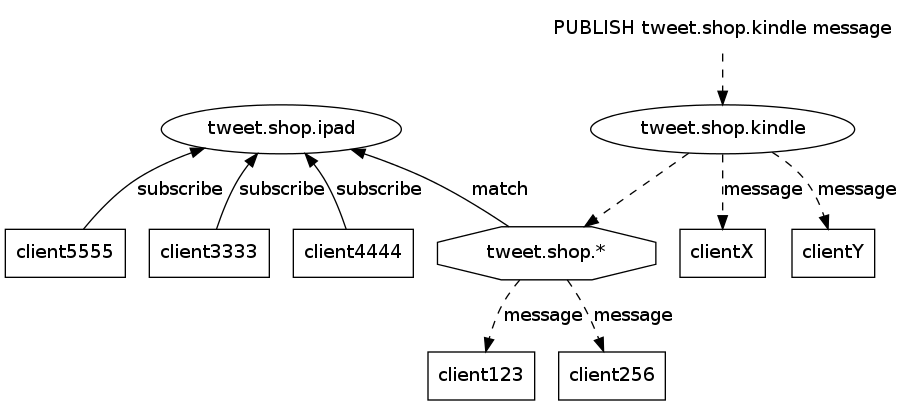
huangzworks/redisbook keeps this Graphviz diagram as feature/image/send_message_to_pattern.png. Above is the earlier version. Its source is kept beside it as feature/image/send_message_to_pattern.dot.
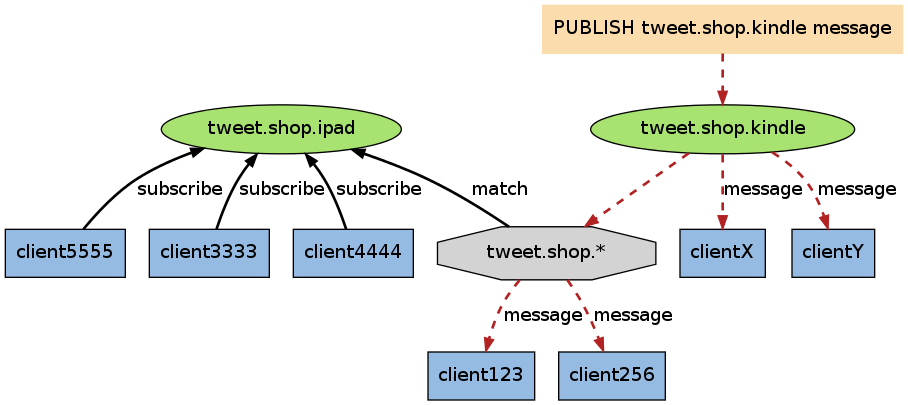
Above is the later version.

Diff of the diagram source:
```diff
@@ -1,7 +1,10 @@
 digraph send_message_to_pattern {
 
+    node [style = filled];
+    edge [style = bold];
 
-    ipad [label = "tweet.shop.ipad"];
+
+    ipad [label = "tweet.shop.ipad", fillcolor = "#A8E270"];
     ipad -> pattern [label = "match", dir = back];
 
     node [shape = box];
@@ -10,19 +13,31 @@
     ipad -> client5555 [label = "subscribe", dir = back];
 
     node [shape = plaintext];
-    message [label = "PUBLISH tweet.shop.kindle message"];
+    message [label = "PUBLISH tweet.shop.kindle message", fillcolor = "#FADCAD"];
 
-    kindle [label = "tweet.shop.kindle", shape = ellipse];
+    kindle [label = "tweet.shop.kindle", shape = ellipse, fillcolor = "#A8E270"];
     pattern [label = "tweet.shop.*", shape = octagon];
 
-    message -> kindle [style = dashed];
-    kindle -> pattern [style = dashed];
+    message -> kindle [style = "bold, dashed", color = "#B22222"];
+    kindle -> pattern [style = "bold, dashed", color = "#B22222"];
 
     node [shape = box];
-    kindle -> clientX [style = dashed, label = "message"];
-    kindle -> clientY [style = dashed, label = "message"];
+    kindle -> clientX [style = "bold, dashed", color = "#B22222", label = "message"];
+    kindle -> clientY [style = "bold, dashed", color = "#B22222", label = "message"];
 
-    pattern -> client123 [style = dashed, label = "message"];
-    pattern -> client256 [style = dashed, label = "message"];
+    pattern -> client123 [label = "message", style = "bold, dashed", color = "#B22222"];
+    pattern -> client256 [label = "message", style = "bold, dashed", color = "#B22222"];
+
+
+    client123 [fillcolor = "#95BBE3"];
+    client256 [fillcolor = "#95BBE3"];
+
+    clientX [fillcolor = "#95BBE3"];
+    clientY [fillcolor = "#95BBE3"];
+
+    client3333 [fillcolor = "#95BBE3"];
+    client4444 [fillcolor = "#95BBE3"];
+    client5555 [fillcolor = "#95BBE3"];
+
 
 }
```
